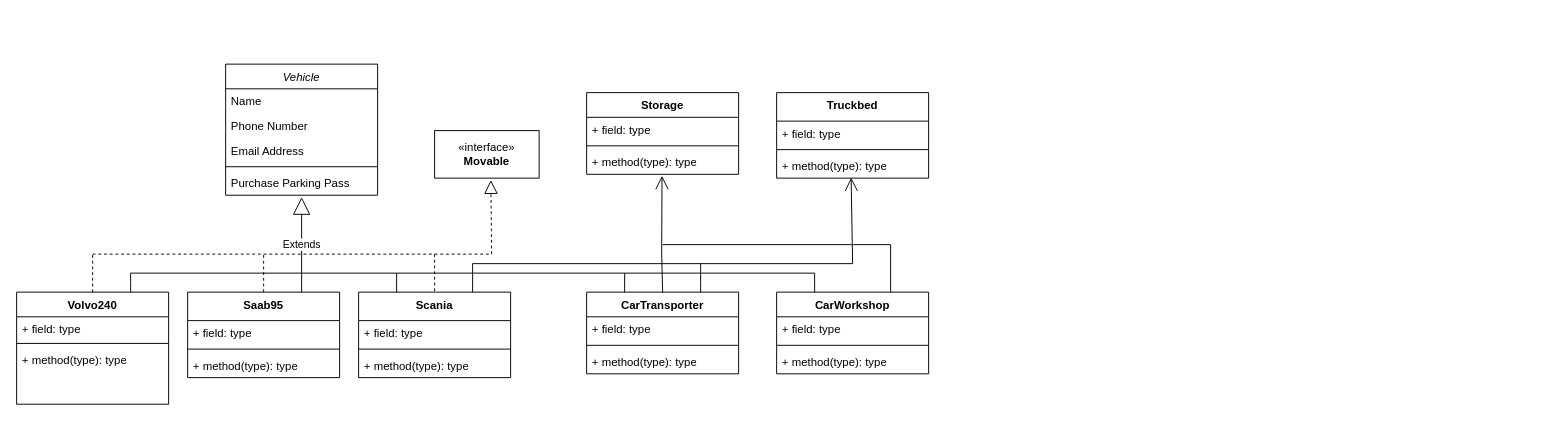
Above: Namnlöst diagram.drawio in HugoSvantesson/block22exercise (draw.io), before the change. Source tidied: cells renumbered, new cells numbered last; positions are measured from the earlier drawing's top-left corner, leaving out a move shared by most shapes. Both pictures are drawn from the tidied source at 95%, with x=0, y=0 at pixel (16, 64).
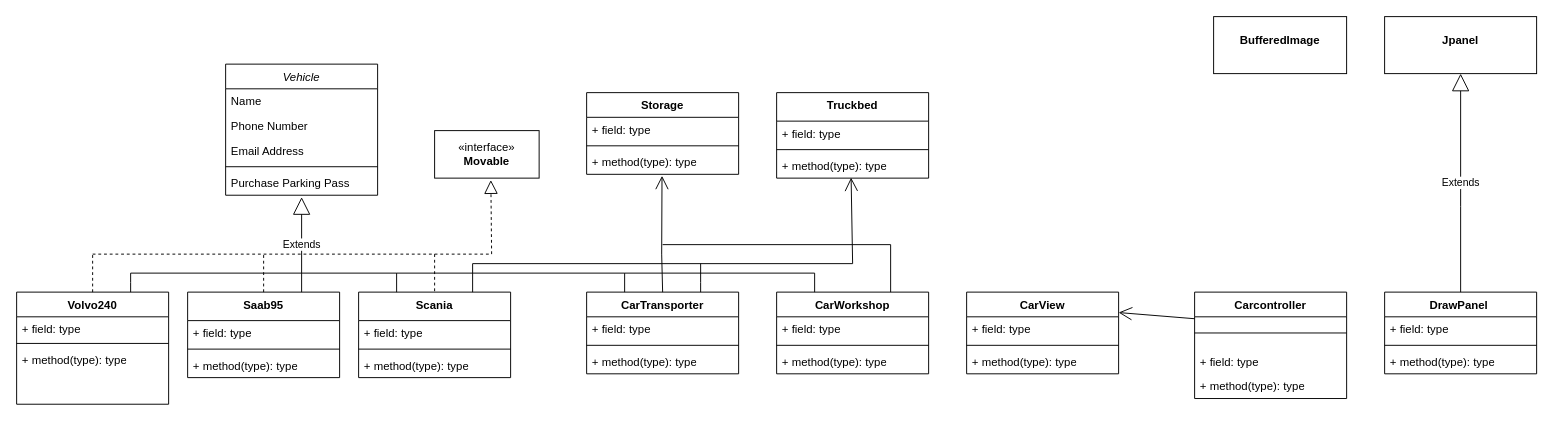
The same diagram, later.

What changed in the source:
```diff
@@
+    <mxCell id="52" value="CarView" style="swimlane;fontStyle=1;align=center;verticalAlign=top;horizontal=1;startSize=26;whiteSpace=wrap;html=1;" parent="1" vertex="1">
+      <mxGeometry x="1000" y="240" width="160" height="86" as="geometry" />
+    </mxCell>
+    <mxCell id="53" value="+ field: type" style="text;strokeColor=none;fillColor=none;align=left;verticalAlign=top;spacingLeft=4;spacingRight=4;overflow=hidden;whiteSpace=wrap;html=1;" parent="52" vertex="1">
+      <mxGeometry y="26" width="160" height="26" as="geometry" />
+    </mxCell>
+    <mxCell id="54" style="line;strokeWidth=1;fillColor=none;align=left;verticalAlign=middle;spacingTop=-1;spacingLeft=3;spacingRight=3;labelPosition=right;strokeColor=inherit;" parent="52" vertex="1">
+      <mxGeometry y="52" width="160" height="8" as="geometry" />
+    </mxCell>
+    <mxCell id="55" value="+ method(type): type" style="text;strokeColor=none;fillColor=none;align=left;verticalAlign=top;spacingLeft=4;spacingRight=4;overflow=hidden;whiteSpace=wrap;html=1;" parent="52" vertex="1">
+      <mxGeometry y="60" width="160" height="26" as="geometry" />
+    </mxCell>
+    <mxCell id="56" value="Carcontroller" style="swimlane;fontStyle=1;align=center;verticalAlign=top;horizontal=1;startSize=26;whiteSpace=wrap;html=1;" parent="1" vertex="1">
+      <mxGeometry x="1240" y="240" width="160" height="112" as="geometry" />
+    </mxCell>
+    <mxCell id="57" style="line;strokeWidth=1;fillColor=none;align=left;verticalAlign=middle;spacingTop=-1;spacingLeft=3;spacingRight=3;labelPosition=right;strokeColor=inherit;" parent="56" vertex="1">
+      <mxGeometry y="26" width="160" height="34" as="geometry" />
+    </mxCell>
+    <mxCell id="58" value="+ field: type" style="text;strokeColor=none;fillColor=none;align=left;verticalAlign=top;spacingLeft=4;spacingRight=4;overflow=hidden;whiteSpace=wrap;html=1;" parent="56" vertex="1">
+      <mxGeometry y="60" width="160" height="26" as="geometry" />
+    </mxCell>
+    <mxCell id="59" value="+ method(type): type" style="text;strokeColor=none;fillColor=none;align=left;verticalAlign=top;spacingLeft=4;spacingRight=4;overflow=hidden;whiteSpace=wrap;html=1;" parent="56" vertex="1">
+      <mxGeometry y="86" width="160" height="26" as="geometry" />
+    </mxCell>
+    <mxCell id="60" value="DrawPanel&amp;nbsp;" style="swimlane;fontStyle=1;align=center;verticalAlign=top;horizontal=1;startSize=26;whiteSpace=wrap;html=1;" parent="1" vertex="1">
+      <mxGeometry x="1440" y="240" width="160" height="86" as="geometry" />
+    </mxCell>
+    <mxCell id="61" value="+ field: type" style="text;strokeColor=none;fillColor=none;align=left;verticalAlign=top;spacingLeft=4;spacingRight=4;overflow=hidden;whiteSpace=wrap;html=1;" parent="60" vertex="1">
+      <mxGeometry y="26" width="160" height="26" as="geometry" />
+    </mxCell>
+    <mxCell id="62" style="line;strokeWidth=1;fillColor=none;align=left;verticalAlign=middle;spacingTop=-1;spacingLeft=3;spacingRight=3;labelPosition=right;strokeColor=inherit;" parent="60" vertex="1">
+      <mxGeometry y="52" width="160" height="8" as="geometry" />
+    </mxCell>
+    <mxCell id="63" value="+ method(type): type" style="text;strokeColor=none;fillColor=none;align=left;verticalAlign=top;spacingLeft=4;spacingRight=4;overflow=hidden;whiteSpace=wrap;html=1;" parent="60" vertex="1">
+      <mxGeometry y="60" width="160" height="26" as="geometry" />
+    </mxCell>
+    <mxCell id="64" value="&lt;p style=&quot;margin:0px;margin-top:4px;text-align:center;&quot;&gt;&lt;br&gt;&lt;b&gt;Jpanel&lt;/b&gt;&lt;/p&gt;" style="verticalAlign=top;align=left;overflow=fill;fontSize=12;fontFamily=Helvetica;html=1;whiteSpace=wrap;" parent="1" vertex="1">
+      <mxGeometry x="1440" y="-50" width="160" height="60" as="geometry" />
+    </mxCell>
+    <mxCell id="65" value="Extends" style="endArrow=block;endSize=16;endFill=0;html=1;rounded=0;entryX=0.5;entryY=1;entryDx=0;entryDy=0;exitX=0.5;exitY=0;exitDx=0;exitDy=0;" parent="1" edge="1" source="60" target="64">
+      <mxGeometry relative="1" as="geometry">
+        <Array as="points">
+          <mxPoint x="1520" y="150" />
+        </Array>
+      </mxGeometry>
+    </mxCell>
+    <mxCell id="66" style="endArrow=open;endFill=1;endSize=12;html=1;rounded=0;exitX=0;exitY=0.25;exitDx=0;exitDy=0;entryX=1;entryY=0.25;entryDx=0;entryDy=0;" parent="1" edge="1" source="56" target="52">
+      <mxGeometry relative="1" as="geometry" />
+    </mxCell>
+    <mxCell id="67" value="&lt;p style=&quot;margin:0px;margin-top:4px;text-align:center;&quot;&gt;&lt;br&gt;&lt;b&gt;BufferedImage&lt;/b&gt;&lt;/p&gt;" style="verticalAlign=top;align=left;overflow=fill;fontSize=12;fontFamily=Helvetica;html=1;whiteSpace=wrap;" parent="1" vertex="1">
+      <mxGeometry x="1260" y="-50" width="140" height="60" as="geometry" />
+    </mxCell>
```
